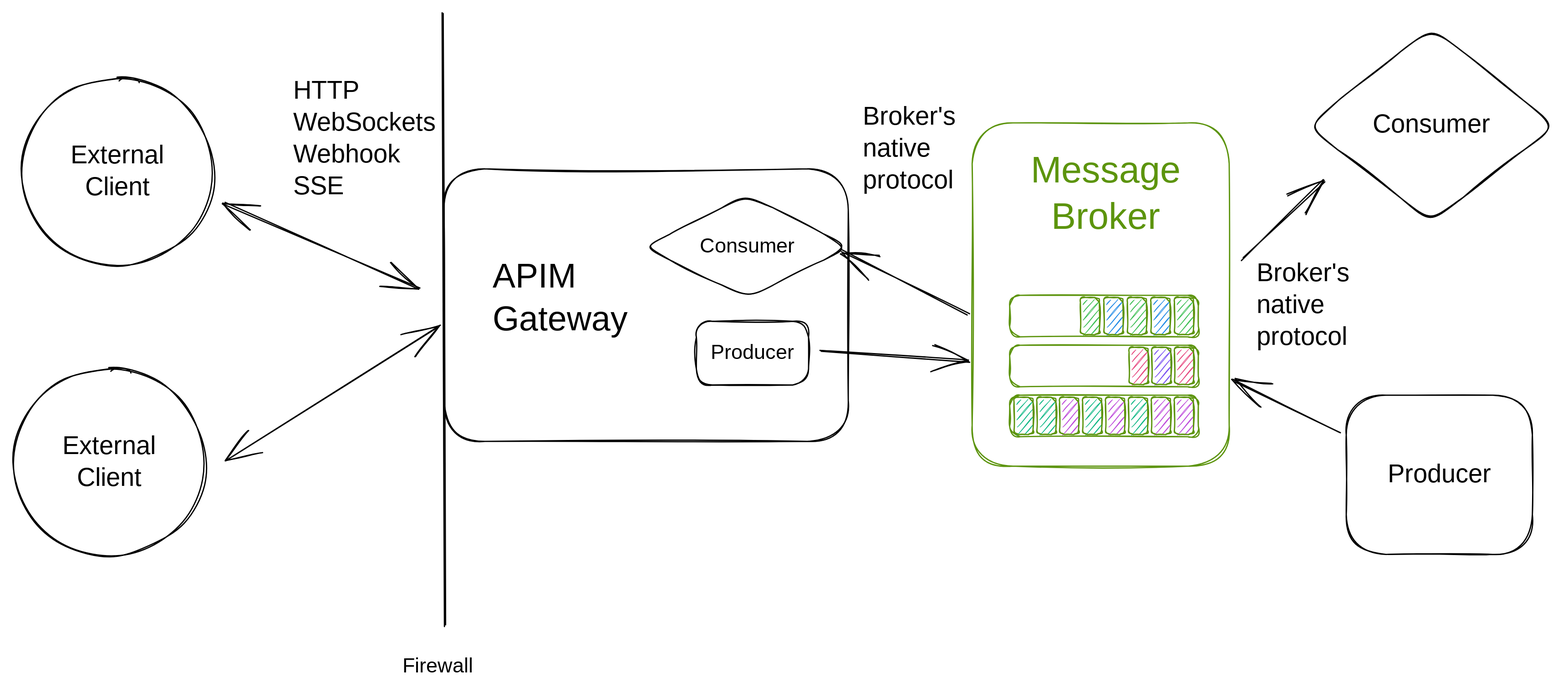
Before: docs/apim/4.2/.gitbook/assets/file.excalidraw (6).svg, a diagram exported from Excalidraw (gravitee-io/gravitee-platform-docs). Source tidied: one line per element, renumbered; positions are measured from the earlier drawing's top-left corner, leaving out a move shared by most shapes.
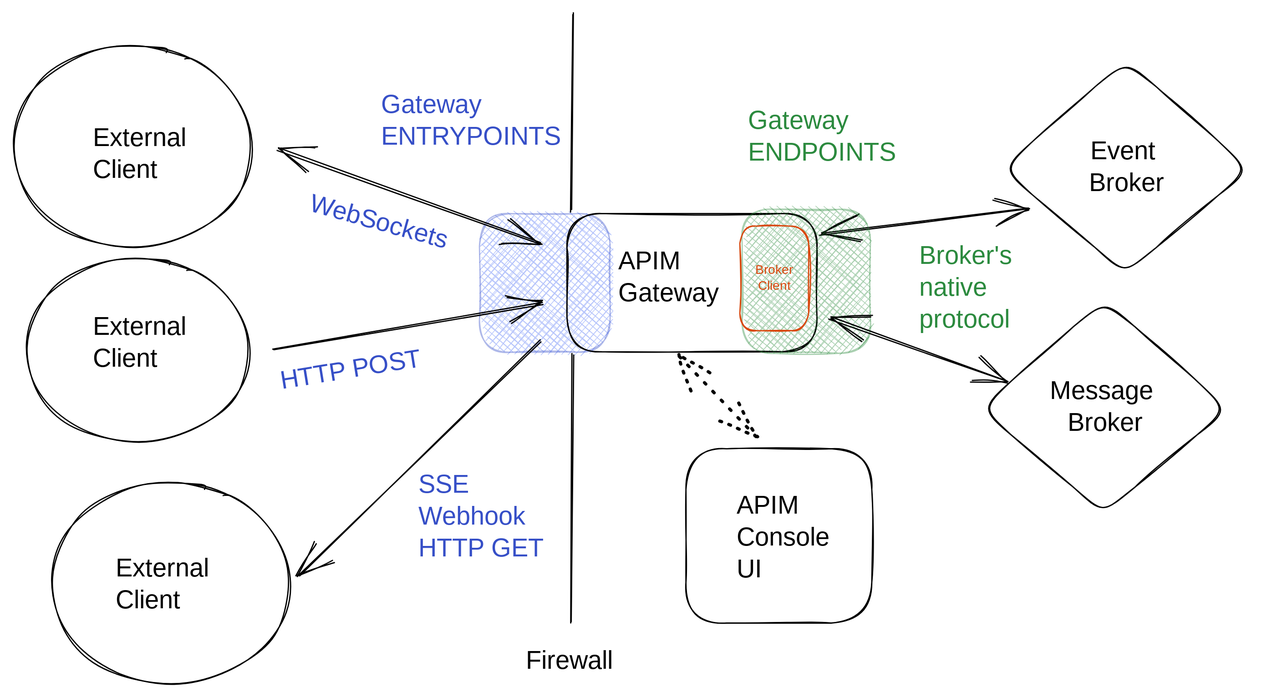
After the commit.

Diff of the diagram source:
```diff
@@ -1,46 +1,33 @@
-{"id": 0, "type": "rectangle", "strokeColor": "#000000", "strokeWidth": 1, "roughness": 1, "round": true, "x": 1046, "y": 301, "width": 146, "height": 125}
-{"id": 1, "type": "text", "text": "Producer", "strokeColor": "#000000", "strokeWidth": 1, "roughness": 1, "fontSize": 20, "fontFamily": 1, "textAlign": "center", "verticalAlign": "middle", "inside": 0, "x": 1076, "y": 351, "width": 85, "height": 25}
-{"id": 2, "type": "arrow", "strokeColor": "#000000", "strokeWidth": 1, "roughness": 1, "endArrowhead": "arrow", "round": true, "from": 0, "to": 24, "x": 1041, "y": 329, "width": 83, "height": 40, "points": [[0, 0], [-83, -40]]}
-{"id": 3, "type": "diamond", "strokeColor": "#000000", "strokeWidth": 1, "roughness": 1, "round": true, "x": 1015, "y": 12, "width": 195, "height": 153}
-{"id": 4, "type": "text", "text": "Consumer", "strokeColor": "#000000", "strokeWidth": 1, "roughness": 1, "fontSize": 20, "fontFamily": 1, "textAlign": "center", "verticalAlign": "middle", "inside": 3, "x": 1069, "y": 76, "width": 88, "height": 25}
-{"id": 5, "type": "rectangle", "strokeColor": "#5c940d", "strokeWidth": 1, "roughness": 1, "round": true, "x": 782, "y": 222, "width": 148, "height": 33}
-{"id": 6, "type": "rectangle", "strokeColor": "#5c940d", "backgroundColor": "#40c057", "fillStyle": "hachure", "strokeWidth": 1, "roughness": 1, "round": true, "x": 911, "y": 224, "width": 15, "height": 29}
-{"id": 7, "type": "rectangle", "strokeColor": "#5c940d", "backgroundColor": "#228be6", "fillStyle": "hachure", "strokeWidth": 1, "roughness": 1, "round": true, "x": 893, "y": 224, "width": 15, "height": 29}
-{"id": 8, "type": "rectangle", "strokeColor": "#5c940d", "backgroundColor": "#40c057", "fillStyle": "hachure", "strokeWidth": 1, "roughness": 1, "round": true, "x": 874, "y": 224, "width": 15, "height": 29}
-{"id": 9, "type": "rectangle", "strokeColor": "#5c940d", "backgroundColor": "#40c057", "fillStyle": "hachure", "strokeWidth": 1, "roughness": 1, "round": true, "x": 838, "y": 224, "width": 15, "height": 29}
-{"id": 10, "type": "rectangle", "strokeColor": "#5c940d", "backgroundColor": "#228be6", "fillStyle": "hachure", "strokeWidth": 1, "roughness": 1, "round": true, "x": 856, "y": 224, "width": 15, "height": 29}
-{"id": 11, "type": "rectangle", "strokeColor": "#5c940d", "strokeWidth": 1, "roughness": 1, "round": true, "x": 782, "y": 261, "width": 148, "height": 33}
-{"id": 12, "type": "rectangle", "strokeColor": "#5c940d", "backgroundColor": "#e64980", "fillStyle": "hachure", "strokeWidth": 1, "roughness": 1, "round": true, "x": 911, "y": 263, "width": 15, "height": 29}
-{"id": 13, "type": "rectangle", "strokeColor": "#5c940d", "backgroundColor": "#7950f2", "fillStyle": "hachure", "strokeWidth": 1, "roughness": 1, "round": true, "x": 894, "y": 263, "width": 15, "height": 29}
-{"id": 14, "type": "rectangle", "strokeColor": "#5c940d", "backgroundColor": "#e64980", "fillStyle": "hachure", "strokeWidth": 1, "roughness": 1, "round": true, "x": 876, "y": 263, "width": 15, "height": 29}
-{"id": 15, "type": "rectangle", "strokeColor": "#5c940d", "strokeWidth": 1, "roughness": 1, "round": true, "x": 782, "y": 301, "width": 148, "height": 33}
-{"id": 16, "type": "rectangle", "strokeColor": "#5c940d", "backgroundColor": "#be4bdb", "fillStyle": "hachure", "strokeWidth": 1, "roughness": 1, "round": true, "x": 911, "y": 302, "width": 15, "height": 29}
-{"id": 17, "type": "rectangle", "strokeColor": "#5c940d", "backgroundColor": "#be4bdb", "fillStyle": "hachure", "strokeWidth": 1, "roughness": 1, "round": true, "x": 893, "y": 302, "width": 15, "height": 29}
-{"id": 18, "type": "rectangle", "strokeColor": "#5c940d", "backgroundColor": "#12b886", "fillStyle": "hachure", "strokeWidth": 1, "roughness": 1, "round": true, "x": 875, "y": 302, "width": 15, "height": 29}
-{"id": 19, "type": "rectangle", "strokeColor": "#5c940d", "backgroundColor": "#12b886", "fillStyle": "hachure", "strokeWidth": 1, "roughness": 1, "round": true, "x": 839, "y": 302, "width": 15, "height": 29}
-{"id": 20, "type": "rectangle", "strokeColor": "#5c940d", "backgroundColor": "#be4bdb", "fillStyle": "hachure", "strokeWidth": 1, "roughness": 1, "round": true, "x": 857, "y": 302, "width": 15, "height": 29}
-{"id": 21, "type": "rectangle", "strokeColor": "#5c940d", "backgroundColor": "#be4bdb", "fillStyle": "hachure", "strokeWidth": 1, "roughness": 1, "round": true, "x": 821, "y": 302, "width": 15, "height": 29}
-{"id": 22, "type": "rectangle", "strokeColor": "#5c940d", "backgroundColor": "#12b886", "fillStyle": "hachure", "strokeWidth": 1, "roughness": 1, "round": true, "x": 803, "y": 302, "width": 15, "height": 29}
-{"id": 23, "type": "rectangle", "strokeColor": "#5c940d", "backgroundColor": "#12b886", "fillStyle": "hachure", "strokeWidth": 1, "roughness": 1, "round": true, "x": 785, "y": 302, "width": 15, "height": 29}
-{"id": 24, "type": "rectangle", "strokeColor": "#5c940d", "strokeWidth": 1, "roughness": 1, "round": true, "x": 753, "y": 87, "width": 202, "height": 269}
+{"id": 46, "type": "rectangle", "strokeColor": "#364fc7", "backgroundColor": "#4c6ef5", "fillStyle": "cross-hatch", "strokeWidth": 1, "roughness": 1, "opacity": 40, "round": true, "x": 606, "y": 257, "width": 103, "height": 109}
+{"id": 47, "type": "rectangle", "strokeColor": "#000000", "strokeWidth": 1, "roughness": 1, "round": true, "x": 675, "y": 257, "width": 196, "height": 109}
+{"id": 28, "type": "text", "text": "APIM\nGateway", "strokeColor": "#000000", "strokeWidth": 1, "roughness": 1, "fontSize": 20, "fontFamily": 1, "x": 715, "y": 283, "width": 86, "height": 50}
+{"id": 48, "type": "text", "text": "External \nClient", "strokeColor": "#000000", "strokeWidth": 1, "roughness": 1, "fontSize": 20, "fontFamily": 1, "x": 303, "y": 186, "width": 93, "height": 50}
+{"id": 49, "type": "text", "text": "External \nClient", "strokeColor": "#000000", "strokeWidth": 1, "roughness": 1, "fontSize": 20, "fontFamily": 1, "x": 303, "y": 334, "width": 93, "height": 50}
+{"id": 50, "type": "text", "text": "External \nClient", "strokeColor": "#000000", "strokeWidth": 1, "roughness": 1, "fontSize": 20, "fontFamily": 1, "x": 320, "y": 524, "width": 93, "height": 50}
+{"id": 51, "type": "arrow", "strokeColor": "#000000", "strokeWidth": 1, "roughness": 1, "startArrowhead": "arrow", "endArrowhead": "arrow", "round": true, "from": 65, "to": 47, "x": 447, "y": 206, "width": 206, "height": 75, "points": [[0, 0], [206, 75]]}
+{"id": 52, "type": "arrow", "strokeColor": "#000000", "strokeWidth": 1, "roughness": 1, "endArrowhead": "arrow", "round": true, "from": 66, "to": 47, "x": 444, "y": 363, "width": 211, "height": 35, "points": [[0, 0], [211, -35]]}
+{"id": 53, "type": "arrow", "strokeColor": "#000000", "strokeWidth": 1, "roughness": 1, "startArrowhead": "arrow", "round": true, "from": 67, "to": 47, "x": 463, "y": 541, "width": 190, "height": 184, "points": [[0, 0], [190, -184]]}
+{"id": 54, "type": "arrow", "strokeColor": "#000000", "strokeWidth": 1, "roughness": 1, "startArrowhead": "arrow", "endArrowhead": "arrow", "round": true, "from": 64, "to": 68, "x": 1036, "y": 252, "width": 163, "height": 21, "points": [[0, 0], [-163, 21]]}
+{"id": 36, "type": "text", "text": "Firewall", "strokeColor": "#000000", "strokeWidth": 1, "roughness": 1, "fontSize": 20, "fontFamily": 1, "x": 642, "y": 596, "width": 71, "height": 25}
+{"id": 55, "type": "line", "strokeColor": "#000000", "strokeWidth": 1, "roughness": 1, "round": true, "x": 677, "y": 255, "width": 1, "height": 155, "points": [[0, 0], [1, -155]]}
+{"id": 56, "type": "line", "strokeColor": "#000000", "strokeWidth": 1, "roughness": 1, "round": true, "x": 680, "y": 368, "width": 3, "height": 210, "points": [[0, 0], [-3, 210]]}
+{"id": 57, "type": "arrow", "strokeColor": "#000000", "strokeWidth": 2, "strokeStyle": "dotted", "roughness": 1, "startArrowhead": "arrow", "endArrowhead": "arrow", "round": true, "from": 61, "to": 47, "x": 823, "y": 433, "width": 63, "height": 64, "points": [[0, 0], [-63, -64]]}
+{"id": 58, "type": "text", "text": "Gateway\nENTRYPOINTS", "strokeColor": "#364fc7", "backgroundColor": "#4c6ef5", "fillStyle": "cross-hatch", "strokeWidth": 1, "roughness": 1, "fontSize": 20, "fontFamily": 1, "x": 529, "y": 160, "width": 146, "height": 50}
+{"id": 59, "type": "rectangle", "strokeColor": "#2b8a3e", "backgroundColor": "#2b8a3e", "fillStyle": "cross-hatch", "strokeWidth": 1, "roughness": 1, "opacity": 40, "round": true, "x": 812, "y": 254, "width": 101, "height": 113}
+{"id": 60, "type": "text", "text": "Gateway\nENDPOINTS", "strokeColor": "#2b8a3e", "backgroundColor": "#4c6ef5", "fillStyle": "cross-hatch", "strokeWidth": 1, "roughness": 1, "fontSize": 20, "fontFamily": 1, "x": 817, "y": 172, "width": 122, "height": 50}
+{"id": 61, "type": "rectangle", "strokeColor": "#000000", "strokeWidth": 1, "roughness": 1, "round": true, "x": 768, "y": 442, "width": 146, "height": 137}
+{"id": 62, "type": "text", "text": "APIM\nConsole\nUI", "strokeColor": "#000000", "strokeWidth": 1, "roughness": 1, "fontSize": 20, "fontFamily": 1, "x": 808, "y": 474, "width": 71, "height": 75}
+{"id": 63, "type": "text", "text": "Event \nBroker", "strokeColor": "#000000", "strokeWidth": 1, "roughness": 1, "fontSize": 20, "fontFamily": 1, "textAlign": "center", "x": 1081, "y": 196, "width": 66, "height": 50}
+{"id": 64, "type": "diamond", "strokeColor": "#000000", "strokeWidth": 1, "roughness": 1, "round": true, "x": 1016, "y": 136, "width": 194, "height": 168}
+{"id": 65, "type": "ellipse", "strokeColor": "#000000", "strokeWidth": 1, "roughness": 1, "round": true, "x": 240, "y": 125, "width": 188, "height": 159}
+{"id": 66, "type": "ellipse", "strokeColor": "#000000", "strokeWidth": 1, "roughness": 1, "round": true, "x": 250, "y": 292, "width": 176, "height": 144}
+{"id": 67, "type": "ellipse", "strokeColor": "#000000", "strokeWidth": 1, "roughness": 1, "round": true, "x": 270, "y": 468, "width": 188, "height": 159}
+{"id": 68, "type": "rectangle", "strokeColor": "#d9480f", "strokeWidth": 1, "roughness": 1, "round": true, "x": 810, "y": 267, "width": 54, "height": 82}
+{"id": 69, "type": "text", "text": "Broker\nClient", "strokeColor": "#d9480f", "strokeWidth": 1, "roughness": 1, "fontSize": 9.88, "fontFamily": 1, "textAlign": "center", "verticalAlign": "middle", "inside": 68, "x": 822, "y": 295, "width": 31, "height": 25}
+{"id": 70, "type": "arrow", "strokeColor": "#000000", "strokeWidth": 1, "roughness": 1, "startArrowhead": "arrow", "endArrowhead": "arrow", "round": true, "from": 71, "to": 47, "x": 1019, "y": 388, "width": 139, "height": 49, "points": [[0, 0], [-139, -49]]}
-{"id": 25, "type": "text", "text": "Message\nBroker", "strokeColor": "#5c940d", "strokeWidth": 1, "roughness": 1, "fontSize": 28.98, "fontFamily": 1, "textAlign": "center", "x": 798, "y": 108, "width": 119, "height": 72}
+{"id": 25, "type": "text", "text": "Message \nBroker", "strokeColor": "#000000", "strokeWidth": 1, "roughness": 1, "fontSize": 20, "fontFamily": 1, "textAlign": "center", "x": 1051, "y": 384, "width": 92, "height": 50}
-{"id": 26, "type": "arrow", "strokeColor": "#000000", "strokeWidth": 1, "roughness": 1, "endArrowhead": "arrow", "round": true, "from": 24, "to": 3, "x": 965, "y": 193, "width": 65, "height": 61, "points": [[0, 0], [65, -61]]}
-{"id": 27, "type": "rectangle", "strokeColor": "#000000", "strokeWidth": 1, "roughness": 1, "round": true, "x": 338, "y": 123, "width": 317, "height": 214}
-{"id": 28, "type": "text", "text": "APIM\nGateway", "strokeColor": "#000000", "strokeWidth": 1, "roughness": 1, "fontSize": 26.88, "fontFamily": 1, "x": 376, "y": 192, "width": 116, "height": 67}
-{"id": 29, "type": "diamond", "strokeColor": "#000000", "strokeWidth": 1, "roughness": 1, "round": true, "x": 495, "y": 143, "width": 161, "height": 81}
-{"id": 30, "type": "text", "text": "Consumer", "strokeColor": "#000000", "strokeWidth": 1, "roughness": 1, "fontSize": 16, "fontFamily": 1, "textAlign": "center", "verticalAlign": "middle", "inside": 29, "x": 541, "y": 174, "width": 70, "height": 20}
-{"id": 31, "type": "rectangle", "strokeColor": "#000000", "strokeWidth": 1, "roughness": 1, "round": true, "x": 536, "y": 243, "width": 88, "height": 50}
-{"id": 32, "type": "text", "text": "Producer", "strokeColor": "#000000", "strokeWidth": 1, "roughness": 1, "fontSize": 16, "fontFamily": 1, "textAlign": "center", "verticalAlign": "middle", "inside": 31, "x": 546, "y": 258, "width": 68, "height": 20}
-{"id": 33, "type": "arrow", "strokeColor": "#000000", "strokeWidth": 1, "roughness": 1, "endArrowhead": "arrow", "round": true, "from": 24, "x": 749, "y": 237, "width": 99, "height": 51, "points": [[0, 0], [-99, -51]]}
-{"id": 34, "type": "arrow", "strokeColor": "#000000", "strokeWidth": 1, "roughness": 1, "endArrowhead": "arrow", "round": true, "from": 31, "to": 24, "x": 633, "y": 265, "width": 117, "height": 9, "points": [[0, 0], [117, 9]]}
-{"id": 35, "type": "line", "strokeColor": "#000000", "strokeWidth": 1, "roughness": 1, "round": true, "x": 336, "y": 0, "width": 3, "height": 481, "points": [[0, 0], [3, 481]]}
-{"id": 36, "type": "text", "text": "Firewall", "strokeColor": "#000000", "strokeWidth": 1, "roughness": 1, "fontSize": 16, "fontFamily": 1, "x": 306, "y": 503, "width": 57, "height": 20}
-{"id": 37, "type": "text", "text": "Broker's\nnative\nprotocol", "strokeColor": "#000000", "strokeWidth": 1, "roughness": 1, "fontSize": 20, "fontFamily": 1, "x": 667, "y": 70, "width": 80, "height": 75}
-{"id": 38, "type": "text", "text": "Broker's\nnative\nprotocol", "strokeColor": "#000000", "strokeWidth": 1, "roughness": 1, "fontSize": 20, "fontFamily": 1, "x": 976, "y": 193, "width": 80, "height": 75}
-{"id": 39, "type": "ellipse", "strokeColor": "#000000", "strokeWidth": 1, "roughness": 1, "round": true, "x": 6, "y": 52, "width": 151, "height": 147}
-{"id": 40, "type": "text", "text": "External\nClient", "strokeColor": "#000000", "strokeWidth": 1, "roughness": 1, "fontSize": 20, "fontFamily": 1, "textAlign": "center", "verticalAlign": "middle", "inside": 39, "x": 40, "y": 100, "width": 83, "height": 50}
-{"id": 41, "type": "ellipse", "strokeColor": "#000000", "strokeWidth": 1, "roughness": 1, "round": true, "x": 0, "y": 280, "width": 151, "height": 147}
-{"id": 42, "type": "text", "text": "External\nClient", "strokeColor": "#000000", "strokeWidth": 1, "roughness": 1, "fontSize": 20, "fontFamily": 1, "textAlign": "center", "verticalAlign": "middle", "inside": 41, "x": 34, "y": 328, "width": 83, "height": 50}
-{"id": 43, "type": "arrow", "strokeColor": "#000000", "strokeWidth": 1, "roughness": 1, "startArrowhead": "arrow", "endArrowhead": "arrow", "round": true, "from": 41, "to": 27, "x": 167, "y": 352, "width": 168, "height": 106, "points": [[0, 0], [168, -106]]}
-{"id": 44, "type": "arrow", "strokeColor": "#000000", "strokeWidth": 1, "roughness": 1, "startArrowhead": "arrow", "endArrowhead": "arrow", "round": true, "from": 39, "to": 27, "x": 165, "y": 151, "width": 155, "height": 67, "points": [[0, 0], [155, 67]]}
-{"id": 45, "type": "text", "text": "HTTP\nWebSockets\nWebhook\nSSE", "strokeColor": "#000000", "strokeWidth": 1, "roughness": 1, "fontSize": 20, "fontFamily": 1, "x": 220, "y": 50, "width": 112, "height": 100}
+{"id": 71, "type": "diamond", "strokeColor": "#000000", "strokeWidth": 1, "roughness": 1, "round": true, "x": 999, "y": 325, "width": 194, "height": 168}
+{"id": 72, "type": "text", "text": "SSE\nWebhook\nHTTP GET", "strokeColor": "#364fc7", "strokeWidth": 1, "roughness": 1, "fontSize": 20, "fontFamily": 1, "x": 558, "y": 458, "width": 112, "height": 75}
+{"id": 73, "type": "text", "text": "HTTP POST", "strokeColor": "#364fc7", "angle": 6.12, "strokeWidth": 1, "roughness": 1, "fontSize": 20, "fontFamily": 1, "x": 449, "y": 367, "width": 122, "height": 25}
+{"id": 74, "type": "text", "text": "WebSockets", "strokeColor": "#364fc7", "angle": 0.27, "strokeWidth": 1, "roughness": 1, "fontSize": 20, "fontFamily": 1, "x": 471, "y": 252, "width": 112, "height": 25}
+{"id": 75, "type": "text", "text": "Broker's\nnative\nprotocol", "strokeColor": "#2b8a3e", "strokeWidth": 1, "roughness": 1, "fontSize": 20, "fontFamily": 1, "x": 951, "y": 278, "width": 80, "height": 75}
```
